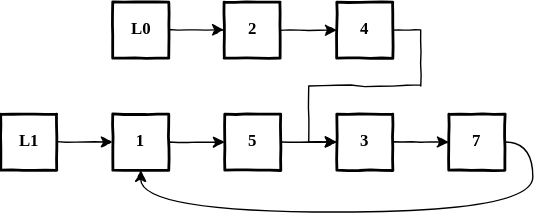
Before: python_explanations/drawio_diagrams/do_lists_overlap.svg, a diagram exported from draw.io (jwl-7/c0de_gr1nd). Source tidied: cells renumbered, new cells last; positions are measured from the earlier drawing's top-left corner, leaving out a move shared by most shapes.
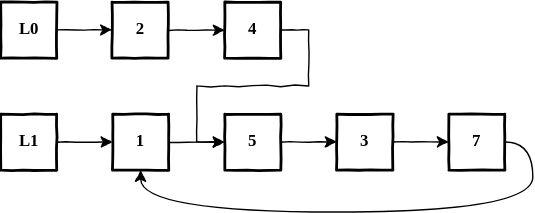
The same diagram one commit later.

Change to the diagram source:
```diff
@@ -6,13 +6,13 @@
       <mxGeometry relative="1" as="geometry" />
     </mxCell>
     <mxCell id="3" value="2" style="html=1;whiteSpace=wrap;comic=1;strokeWidth=2;fontFamily=Comic Sans MS;fontStyle=1;" parent="1" vertex="1">
-      <mxGeometry x="159.5" width="40" height="40" as="geometry" />
+      <mxGeometry x="79.5" width="40" height="40" as="geometry" />
     </mxCell>
-    <mxCell id="4" style="edgeStyle=orthogonalEdgeStyle;rounded=0;jettySize=auto;html=1;exitX=1;exitY=0.5;exitDx=0;exitDy=0;entryX=0;entryY=0.5;entryDx=0;entryDy=0;comic=1;" parent="1" edge="1" source="5" target="11">
+    <mxCell id="4" style="edgeStyle=orthogonalEdgeStyle;comic=1;jettySize=auto;html=1;exitX=1;exitY=0.5;exitDx=0;exitDy=0;entryX=0;entryY=0.5;entryDx=0;entryDy=0;rounded=0;" parent="1" edge="1" source="5" target="9">
       <mxGeometry relative="1" as="geometry" />
     </mxCell>
     <mxCell id="5" value="4" style="html=1;whiteSpace=wrap;comic=1;strokeWidth=2;fontFamily=Comic Sans MS;fontStyle=1;" parent="1" vertex="1">
-      <mxGeometry x="240" width="40" height="40" as="geometry" />
+      <mxGeometry x="160" width="40" height="40" as="geometry" />
     </mxCell>
     <mxCell id="6" style="edgeStyle=orthogonalEdgeStyle;rounded=0;jettySize=auto;html=1;comic=1;" parent="1" edge="1" source="7" target="9">
       <mxGeometry relative="1" as="geometry" />
@@ -36,7 +36,7 @@
       <mxGeometry relative="1" as="geometry" />
     </mxCell>
     <mxCell id="13" value="L0" style="html=1;whiteSpace=wrap;comic=1;strokeWidth=2;fontFamily=Comic Sans MS;fontStyle=1;" parent="1" vertex="1">
-      <mxGeometry x="80" width="40" height="40" as="geometry" />
+      <mxGeometry width="40" height="40" as="geometry" />
     </mxCell>
     <mxCell id="14" style="edgeStyle=orthogonalEdgeStyle;rounded=0;comic=1;jettySize=auto;html=1;exitX=1;exitY=0.5;exitDx=0;exitDy=0;entryX=0;entryY=0.5;entryDx=0;entryDy=0;" parent="1" edge="1" source="15" target="7">
       <mxGeometry relative="1" as="geometry" />
```
